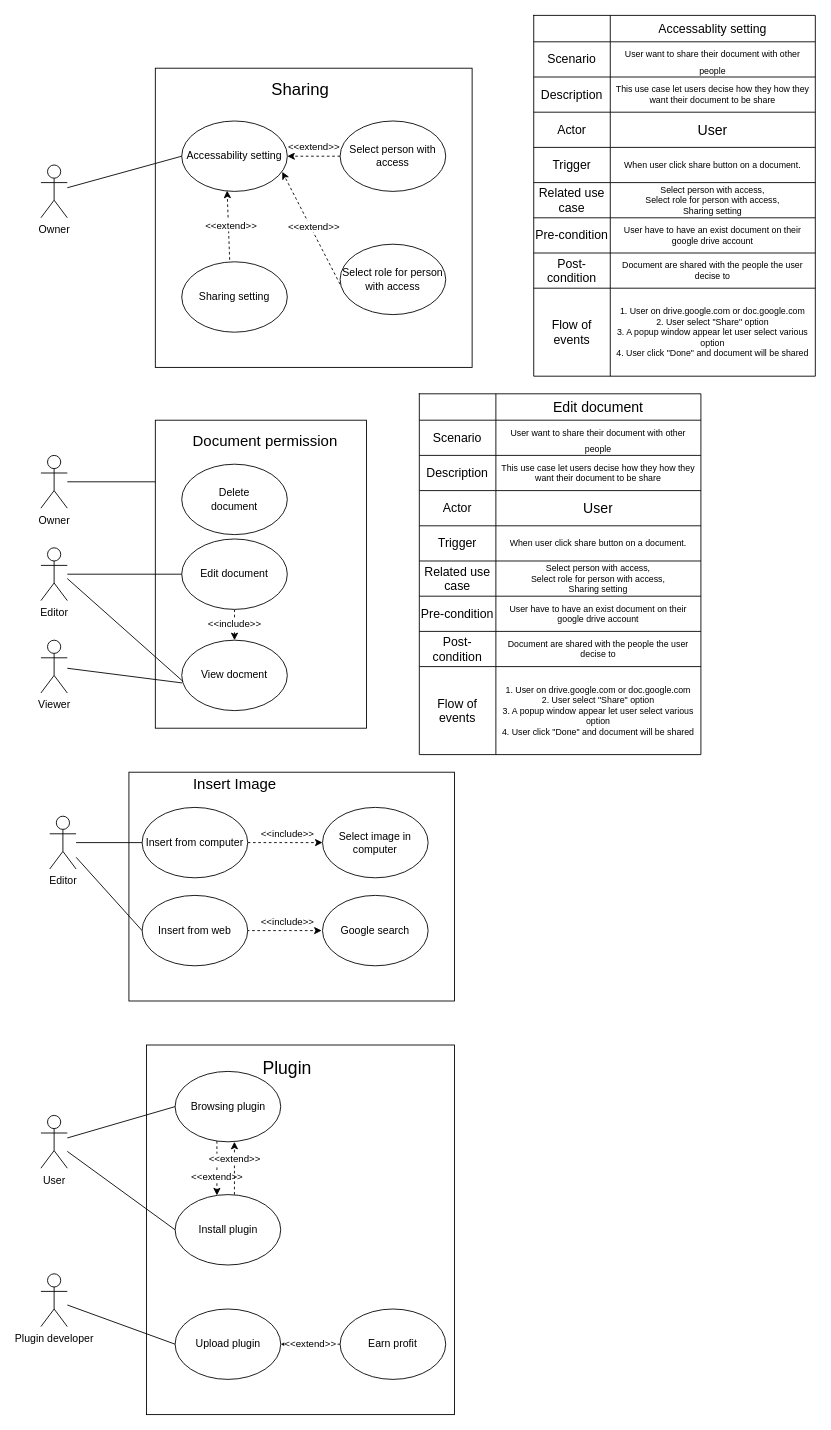
Earlier version of the draw.io diagram docs.google.com.drawio (Keny7503/draw.io). Source tidied: cells renumbered, new cells numbered last; positions are measured from the earlier drawing's top-left corner, leaving out a move shared by most shapes. Both pictures are drawn from the tidied source at 88%, with x=0, y=0 at pixel (40, 15).
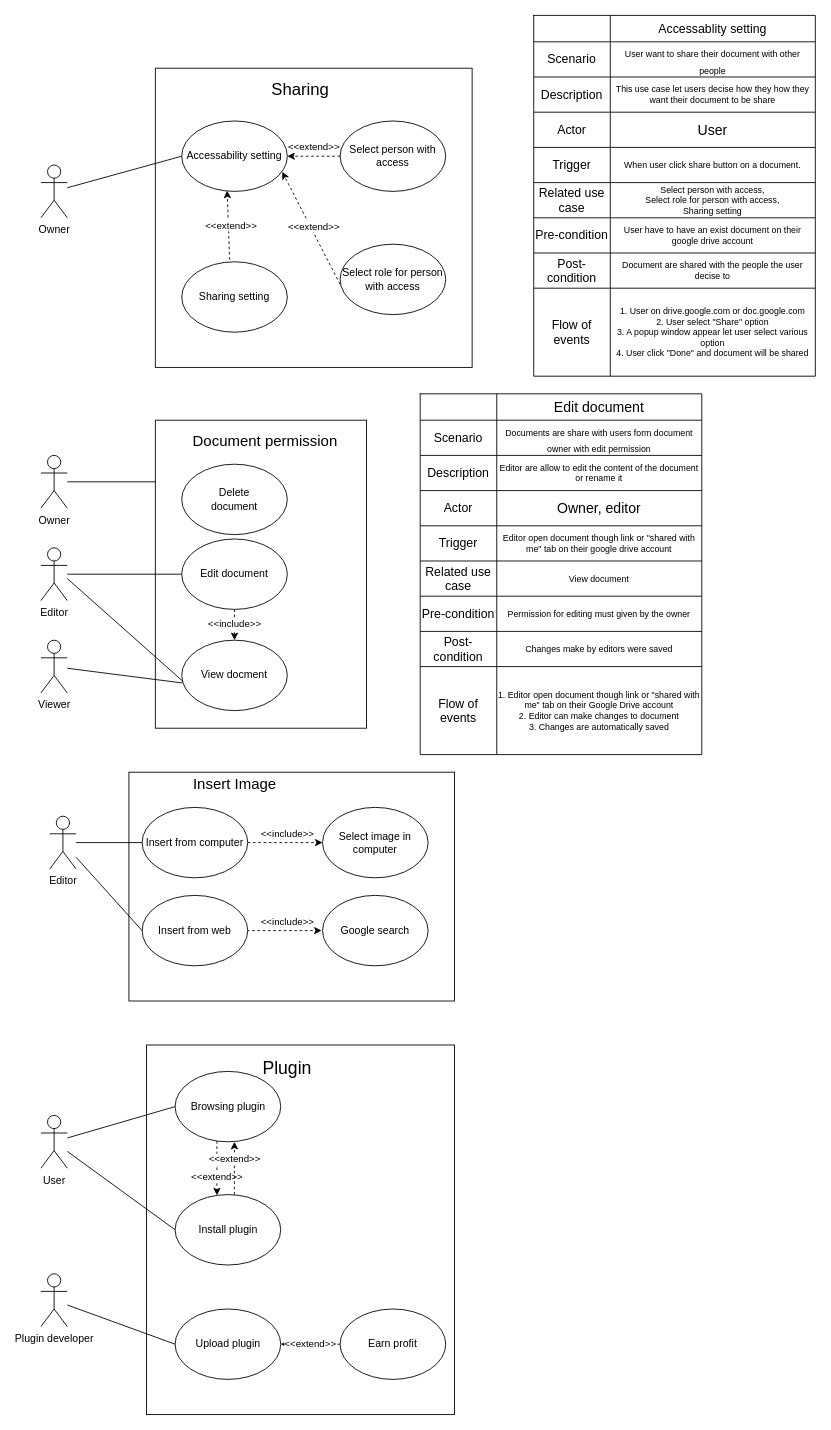
The same diagram, later.

The change refers to these unchanged cells:
```xml
<mxCell id="83" style="shape=tableRow;horizontal=0;startSize=0;swimlaneHead=0;swimlaneBody=0;strokeColor=inherit;top=0;left=0;bottom=0;right=0;fillColor=none;fontSize=16;" parent="79" vertex="1">
  <mxGeometry y="30" width="320" height="40" as="geometry" />
</mxCell>
<mxCell id="86" style="shape=tableRow;horizontal=0;startSize=0;swimlaneHead=0;swimlaneBody=0;strokeColor=inherit;top=0;left=0;bottom=0;right=0;fillColor=none;fontSize=16;" parent="79" vertex="1">
  <mxGeometry y="70" width="320" height="40" as="geometry" />
</mxCell>
<mxCell id="89" style="shape=tableRow;horizontal=0;startSize=0;swimlaneHead=0;swimlaneBody=0;strokeColor=inherit;top=0;left=0;bottom=0;right=0;fillColor=none;fontSize=16;" parent="79" vertex="1">
  <mxGeometry y="110" width="320" height="40" as="geometry" />
</mxCell>
<mxCell id="92" style="shape=tableRow;horizontal=0;startSize=0;swimlaneHead=0;swimlaneBody=0;strokeColor=inherit;top=0;left=0;bottom=0;right=0;fillColor=none;fontSize=16;" parent="79" vertex="1">
  <mxGeometry y="150" width="320" height="40" as="geometry" />
</mxCell>
<mxCell id="95" style="shape=tableRow;horizontal=0;startSize=0;swimlaneHead=0;swimlaneBody=0;strokeColor=inherit;top=0;left=0;bottom=0;right=0;fillColor=none;fontSize=16;" parent="79" vertex="1">
  <mxGeometry y="190" width="320" height="40" as="geometry" />
</mxCell>
<mxCell id="98" style="shape=tableRow;horizontal=0;startSize=0;swimlaneHead=0;swimlaneBody=0;strokeColor=inherit;top=0;left=0;bottom=0;right=0;fillColor=none;fontSize=13;" parent="79" vertex="1">
  <mxGeometry y="230" width="320" height="40" as="geometry" />
</mxCell>
<mxCell id="101" style="shape=tableRow;horizontal=0;startSize=0;swimlaneHead=0;swimlaneBody=0;strokeColor=inherit;top=0;left=0;bottom=0;right=0;fillColor=none;fontSize=16;" parent="79" vertex="1">
  <mxGeometry y="270" width="320" height="40" as="geometry" />
</mxCell>
<mxCell id="104" style="shape=tableRow;horizontal=0;startSize=0;swimlaneHead=0;swimlaneBody=0;strokeColor=inherit;top=0;left=0;bottom=0;right=0;fillColor=none;fontSize=16;" parent="79" vertex="1">
  <mxGeometry y="310" width="320" height="100" as="geometry" />
</mxCell>
```

Diff of the diagram source:
```diff
@@
     <mxCell id="79" style="shape=table;startSize=0;childLayout=tableLayout;fontSize=12;" parent="1" vertex="1">
-      <mxGeometry x="430" y="430" width="320" height="410" as="geometry" />
+      <mxGeometry x="431" y="430" width="320" height="410" as="geometry" />
     </mxCell>
@@
-    <mxCell id="85" value="&lt;font size=&quot;1&quot;&gt;User want to share their document with other people&lt;br&gt;&lt;/font&gt;" style="shape=partialRectangle;html=1;whiteSpace=wrap;strokeColor=inherit;overflow=hidden;fillColor=none;top=0;left=0;bottom=0;right=0;fontSize=16;" parent="83" vertex="1">
+    <mxCell id="85" value="&lt;font size=&quot;1&quot;&gt;Documents are share with users form document owner with edit permission &lt;br&gt;&lt;/font&gt;" style="shape=partialRectangle;html=1;whiteSpace=wrap;strokeColor=inherit;overflow=hidden;fillColor=none;top=0;left=0;bottom=0;right=0;fontSize=16;" parent="83" vertex="1">
       <mxGeometry x="87" width="233" height="40" as="geometry" />
     </mxCell>
@@
-    <mxCell id="88" value="This use case let users decise how they how they want their document to be share" style="shape=partialRectangle;html=1;whiteSpace=wrap;strokeColor=inherit;overflow=hidden;fillColor=none;top=0;left=0;bottom=0;right=0;fontSize=10;" parent="86" vertex="1">
+    <mxCell id="88" value="Editor are allow to edit the content of the document or rename it" style="shape=partialRectangle;html=1;whiteSpace=wrap;strokeColor=inherit;overflow=hidden;fillColor=none;top=0;left=0;bottom=0;right=0;fontSize=10;" parent="86" vertex="1">
       <mxGeometry x="87" width="233" height="40" as="geometry" />
     </mxCell>
@@
-    <mxCell id="91" value="User" style="shape=partialRectangle;html=1;whiteSpace=wrap;strokeColor=inherit;overflow=hidden;fillColor=none;top=0;left=0;bottom=0;right=0;fontSize=16;" parent="89" vertex="1">
+    <mxCell id="91" value="Owner, editor" style="shape=partialRectangle;html=1;whiteSpace=wrap;strokeColor=inherit;overflow=hidden;fillColor=none;top=0;left=0;bottom=0;right=0;fontSize=16;" parent="89" vertex="1">
       <mxGeometry x="87" width="233" height="40" as="geometry" />
     </mxCell>
@@
-    <mxCell id="94" value="When user click share button on a document." style="shape=partialRectangle;html=1;whiteSpace=wrap;strokeColor=inherit;overflow=hidden;fillColor=none;top=0;left=0;bottom=0;right=0;fontSize=10;" parent="92" vertex="1">
+    <mxCell id="94" value="Editor open document though link or &quot;shared with me&quot; tab on their google drive account" style="shape=partialRectangle;html=1;whiteSpace=wrap;strokeColor=inherit;overflow=hidden;fillColor=none;top=0;left=0;bottom=0;right=0;fontSize=10;" parent="92" vertex="1">
       <mxGeometry x="87" width="233" height="40" as="geometry" />
     </mxCell>
@@
-    <mxCell id="97" value="&lt;div style=&quot;font-size: 10px;&quot;&gt;&lt;font style=&quot;font-size: 10px;&quot;&gt;Select person with access,&lt;/font&gt;&lt;/div&gt;&lt;div style=&quot;font-size: 10px;&quot;&gt;&lt;font style=&quot;font-size: 10px;&quot;&gt;Select role for person with access,&lt;/font&gt;&lt;/div&gt;&lt;div style=&quot;font-size: 10px;&quot;&gt;Sharing setting&lt;/div&gt;" style="shape=partialRectangle;html=1;whiteSpace=wrap;strokeColor=inherit;overflow=hidden;fillColor=none;top=0;left=0;bottom=0;right=0;fontSize=10;" parent="95" vertex="1">
+    <mxCell id="97" value="View document" style="shape=partialRectangle;html=1;whiteSpace=wrap;strokeColor=inherit;overflow=hidden;fillColor=none;top=0;left=0;bottom=0;right=0;fontSize=10;" parent="95" vertex="1">
       <mxGeometry x="87" width="233" height="40" as="geometry" />
     </mxCell>
@@
-    <mxCell id="100" value="User have to have an exist document on their google drive account" style="shape=partialRectangle;html=1;whiteSpace=wrap;strokeColor=inherit;overflow=hidden;fillColor=none;top=0;left=0;bottom=0;right=0;fontSize=10;" parent="98" vertex="1">
+    <mxCell id="100" value="Permission for editing must given by the owner " style="shape=partialRectangle;html=1;whiteSpace=wrap;strokeColor=inherit;overflow=hidden;fillColor=none;top=0;left=0;bottom=0;right=0;fontSize=10;" parent="98" vertex="1">
       <mxGeometry x="87" width="233" height="40" as="geometry" />
     </mxCell>
@@
-    <mxCell id="103" value="Document are shared with the people the user decise to" style="shape=partialRectangle;html=1;whiteSpace=wrap;strokeColor=inherit;overflow=hidden;fillColor=none;top=0;left=0;bottom=0;right=0;fontSize=10;" parent="101" vertex="1">
+    <mxCell id="103" value="Changes make by editors were saved" style="shape=partialRectangle;html=1;whiteSpace=wrap;strokeColor=inherit;overflow=hidden;fillColor=none;top=0;left=0;bottom=0;right=0;fontSize=10;" parent="101" vertex="1">
       <mxGeometry x="87" width="233" height="40" as="geometry" />
     </mxCell>
@@
-    <mxCell id="106" value="&lt;div&gt;1. User on drive.google.com or doc.google.com&lt;/div&gt;&lt;div&gt;2. User select &quot;Share&quot; option&lt;/div&gt;&lt;div&gt;3. A popup window appear let user select various option&lt;/div&gt;&lt;div&gt;4. User click &quot;Done&quot; and document will be shared&lt;br&gt;&lt;/div&gt;" style="shape=partialRectangle;html=1;whiteSpace=wrap;strokeColor=inherit;overflow=hidden;fillColor=none;top=0;left=0;bottom=0;right=0;fontSize=10;" parent="104" vertex="1">
+    <mxCell id="106" value="&lt;div&gt;1. Editor open document though link or &quot;shared with me&quot; tab on their Google Drive account&lt;/div&gt;&lt;div&gt;2. Editor can make changes to document&lt;/div&gt;&lt;div&gt;3. Changes are automatically saved&lt;br&gt;&lt;/div&gt;" style="shape=partialRectangle;html=1;whiteSpace=wrap;strokeColor=inherit;overflow=hidden;fillColor=none;top=0;left=0;bottom=0;right=0;fontSize=10;" parent="104" vertex="1">
       <mxGeometry x="87" width="233" height="100" as="geometry" />
     </mxCell>
```
